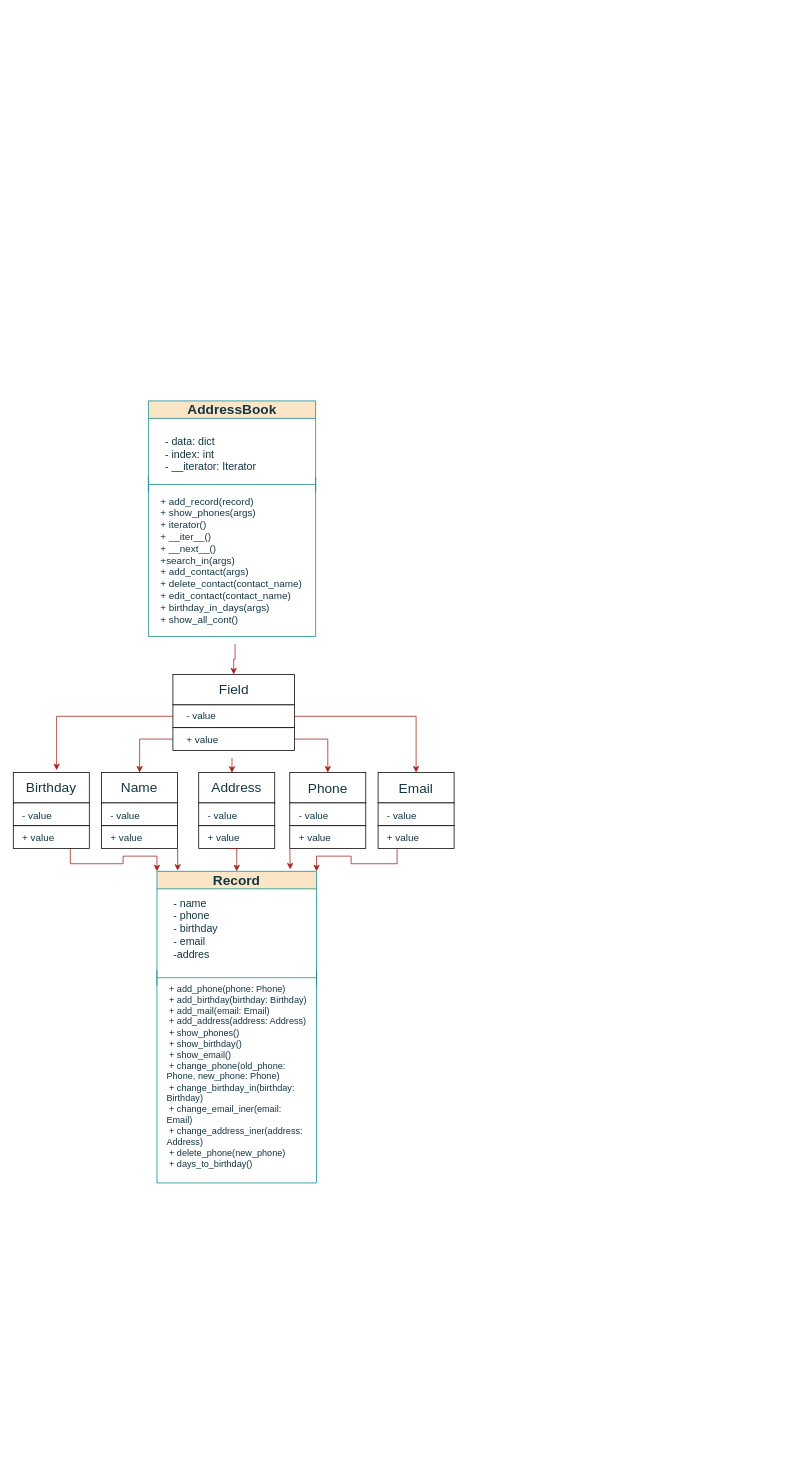
SergNest/chat_bot_cli keeps this draw.io diagram as cl.drawio. Above is the earlier version. Source tidied: cells renumbered, new cells numbered last; positions are measured from the earlier drawing's top-left corner, leaving out a move shared by most shapes. Both pictures are drawn from the tidied source at 76%, with x=0, y=0 at pixel (13, 401).
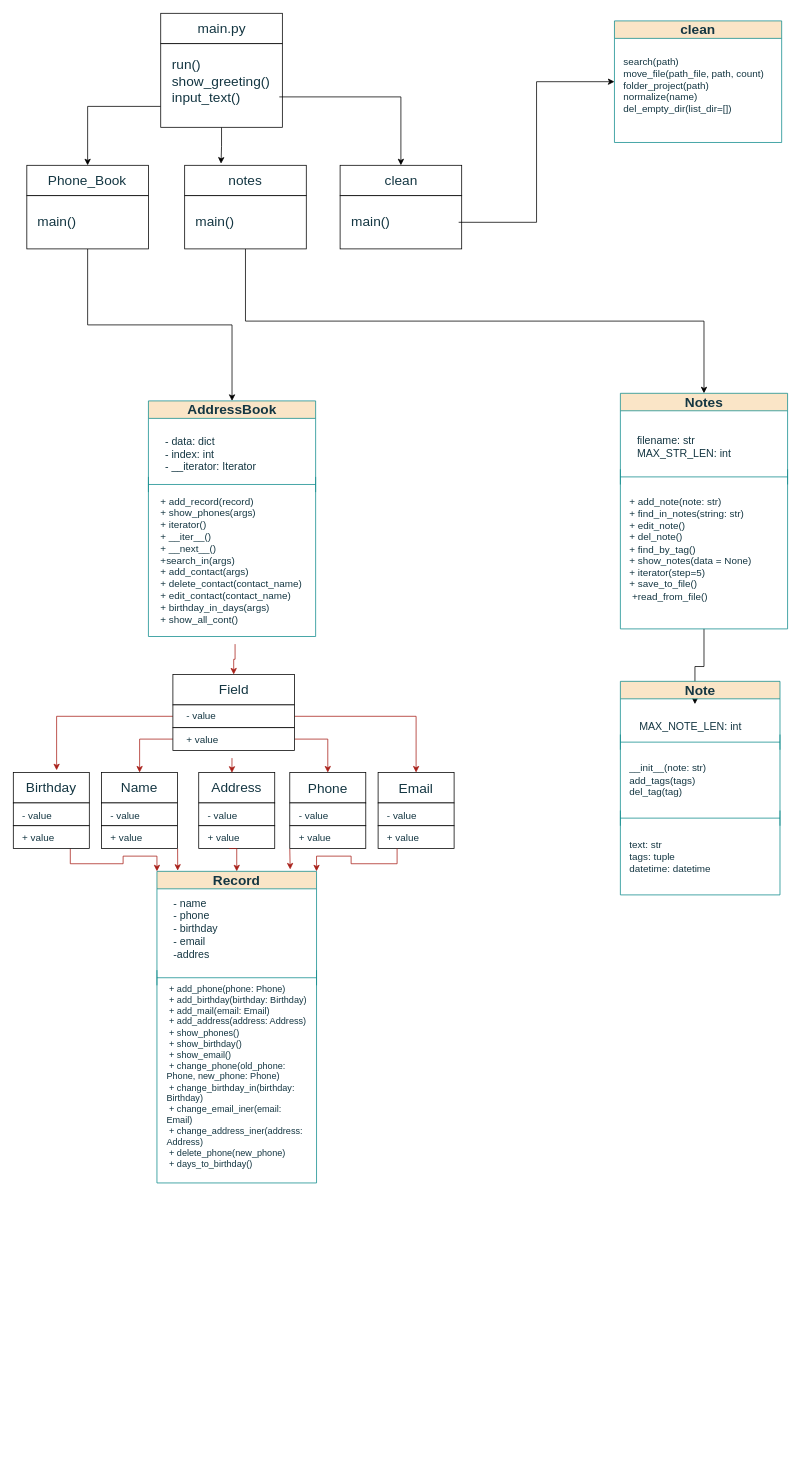
The same diagram, later.

The change refers to these unchanged cells:
```xml
<mxCell id="2" value="&lt;font style=&quot;font-size: 18px;&quot;&gt;AddressBook&lt;/font&gt;" style="swimlane;whiteSpace=wrap;html=1;strokeColor=#0F8B8D;labelBackgroundColor=none;fillColor=#FAE5C7;fontColor=#143642;" parent="1" vertex="1">
  <mxGeometry x="177.8" width="220" height="310" as="geometry" />
</mxCell>
```

The edit, as a diff of the source:
```diff
@@
     <mxCell id="57" style="edgeStyle=orthogonalEdgeStyle;rounded=0;orthogonalLoop=1;jettySize=auto;html=1;exitX=0.5;exitY=1;exitDx=0;exitDy=0;strokeColor=#A8201A;fontColor=#143642;fillColor=#FAE5C7;" parent="1" edge="1">
       <mxGeometry relative="1" as="geometry">
-        <mxPoint x="936" y="1370" as="sourcePoint" />
-        <mxPoint x="936" y="1370" as="targetPoint" />
+        <mxPoint x="941" y="800" as="sourcePoint" />
+        <mxPoint x="941" y="800" as="targetPoint" />
       </mxGeometry>
     </mxCell>
@@
+    <mxCell id="59" style="rounded=0;whiteSpace=wrap;html=1;" parent="1" vertex="1">
+      <mxGeometry x="194" y="-510" width="160" height="40" as="geometry" />
+    </mxCell>
+    <mxCell id="60" value="main.py" style="text;html=1;strokeColor=none;fillColor=none;align=center;verticalAlign=middle;whiteSpace=wrap;rounded=0;fontColor=#143642;fontSize=18;" parent="1" vertex="1">
+      <mxGeometry x="206.5" y="-505" width="135" height="30" as="geometry" />
+    </mxCell>
+    <mxCell id="61" style="edgeStyle=orthogonalEdgeStyle;rounded=0;jettySize=auto;html=1;exitX=0;exitY=0.75;exitDx=0;exitDy=0;entryX=0.5;entryY=0;entryDx=0;entryDy=0;" parent="1" edge="1" source="63" target="66">
+      <mxGeometry relative="1" as="geometry" />
+    </mxCell>
+    <mxCell id="62" style="edgeStyle=orthogonalEdgeStyle;rounded=0;jettySize=auto;html=1;exitX=0.5;exitY=1;exitDx=0;exitDy=0;entryX=0.299;entryY=-0.054;entryDx=0;entryDy=0;entryPerimeter=0;" parent="1" edge="1" source="63" target="71">
+      <mxGeometry relative="1" as="geometry" />
+    </mxCell>
+    <mxCell id="63" style="rounded=0;whiteSpace=wrap;html=1;" parent="1" vertex="1">
+      <mxGeometry x="194" y="-470" width="160" height="110" as="geometry" />
+    </mxCell>
+    <mxCell id="64" style="edgeStyle=orthogonalEdgeStyle;rounded=0;jettySize=auto;html=1;exitX=1;exitY=0.75;exitDx=0;exitDy=0;entryX=0.5;entryY=0;entryDx=0;entryDy=0;" parent="1" edge="1" source="65" target="76">
+      <mxGeometry relative="1" as="geometry" />
+    </mxCell>
+    <mxCell id="65" value=" run()&amp;nbsp;&lt;br&gt;show_greeting()&lt;br&gt;input_text()" style="text;html=1;strokeColor=none;fillColor=none;align=left;verticalAlign=middle;whiteSpace=wrap;rounded=0;fontColor=#143642;fontSize=18;" parent="1" vertex="1">
+      <mxGeometry x="206.5" y="-460" width="143.5" height="80" as="geometry" />
+    </mxCell>
+    <mxCell id="66" style="rounded=0;whiteSpace=wrap;html=1;" parent="1" vertex="1">
+      <mxGeometry x="17.8" y="-310" width="160" height="40" as="geometry" />
+    </mxCell>
+    <mxCell id="67" value=" Phone_Book " style="text;html=1;strokeColor=none;fillColor=none;align=center;verticalAlign=middle;whiteSpace=wrap;rounded=0;fontColor=#143642;fontSize=18;" parent="1" vertex="1">
+      <mxGeometry x="30.2" y="-305" width="135" height="30" as="geometry" />
+    </mxCell>
+    <mxCell id="68" style="edgeStyle=orthogonalEdgeStyle;rounded=0;jettySize=auto;html=1;exitX=0.5;exitY=1;exitDx=0;exitDy=0;entryX=0.5;entryY=0;entryDx=0;entryDy=0;" parent="1" edge="1" source="69" target="2">
+      <mxGeometry relative="1" as="geometry" />
+    </mxCell>
+    <mxCell id="69" style="rounded=0;whiteSpace=wrap;html=1;" parent="1" vertex="1">
+      <mxGeometry x="17.8" y="-270" width="160" height="70" as="geometry" />
+    </mxCell>
+    <mxCell id="70" value=" main()&amp;nbsp;&lt;br&gt;" style="text;html=1;strokeColor=none;fillColor=none;align=left;verticalAlign=middle;whiteSpace=wrap;rounded=0;fontColor=#143642;fontSize=18;" parent="1" vertex="1">
+      <mxGeometry x="30.2" y="-260" width="143.5" height="50" as="geometry" />
+    </mxCell>
+    <mxCell id="71" style="rounded=0;whiteSpace=wrap;html=1;" parent="1" vertex="1">
+      <mxGeometry x="225.5" y="-310" width="160" height="40" as="geometry" />
+    </mxCell>
+    <mxCell id="72" value="notes            " style="text;html=1;strokeColor=none;fillColor=none;align=center;verticalAlign=middle;whiteSpace=wrap;rounded=0;fontColor=#143642;fontSize=18;" parent="1" vertex="1">
+      <mxGeometry x="238" y="-305" width="135" height="30" as="geometry" />
+    </mxCell>
+    <mxCell id="73" style="edgeStyle=orthogonalEdgeStyle;rounded=0;jettySize=auto;html=1;exitX=0.5;exitY=1;exitDx=0;exitDy=0;" parent="1" edge="1" source="74" target="82">
+      <mxGeometry relative="1" as="geometry" />
+    </mxCell>
+    <mxCell id="74" style="rounded=0;whiteSpace=wrap;html=1;" parent="1" vertex="1">
+      <mxGeometry x="225.5" y="-270" width="160" height="70" as="geometry" />
+    </mxCell>
+    <mxCell id="75" value=" main()&amp;nbsp;&lt;br&gt;" style="text;html=1;strokeColor=none;fillColor=none;align=left;verticalAlign=middle;whiteSpace=wrap;rounded=0;fontColor=#143642;fontSize=18;" parent="1" vertex="1">
+      <mxGeometry x="238" y="-260" width="143.5" height="50" as="geometry" />
+    </mxCell>
+    <mxCell id="76" style="rounded=0;whiteSpace=wrap;html=1;" parent="1" vertex="1">
+      <mxGeometry x="430" y="-310" width="160" height="40" as="geometry" />
+    </mxCell>
+    <mxCell id="77" value="clean            " style="text;html=1;strokeColor=none;fillColor=none;align=center;verticalAlign=middle;whiteSpace=wrap;rounded=0;fontColor=#143642;fontSize=18;" parent="1" vertex="1">
+      <mxGeometry x="442.5" y="-305" width="135" height="30" as="geometry" />
+    </mxCell>
+    <mxCell id="78" style="rounded=0;whiteSpace=wrap;html=1;" parent="1" vertex="1">
+      <mxGeometry x="430" y="-270" width="160" height="70" as="geometry" />
+    </mxCell>
+    <mxCell id="79" style="edgeStyle=orthogonalEdgeStyle;rounded=0;jettySize=auto;html=1;exitX=1;exitY=0.5;exitDx=0;exitDy=0;entryX=0;entryY=0.5;entryDx=0;entryDy=0;" parent="1" edge="1" source="80" target="93">
+      <mxGeometry relative="1" as="geometry" />
+    </mxCell>
+    <mxCell id="80" value=" main()&amp;nbsp;&lt;br&gt;" style="text;html=1;strokeColor=none;fillColor=none;align=left;verticalAlign=middle;whiteSpace=wrap;rounded=0;fontColor=#143642;fontSize=18;" parent="1" vertex="1">
+      <mxGeometry x="442.5" y="-260" width="143.5" height="50" as="geometry" />
+    </mxCell>
+    <mxCell id="81" style="edgeStyle=orthogonalEdgeStyle;rounded=0;jettySize=auto;html=1;" parent="1" edge="1" source="82" target="89">
+      <mxGeometry relative="1" as="geometry" />
+    </mxCell>
+    <mxCell id="82" value="&lt;font style=&quot;font-size: 18px;&quot;&gt;Notes                &lt;/font&gt;" style="swimlane;whiteSpace=wrap;html=1;strokeColor=#0F8B8D;labelBackgroundColor=none;fillColor=#FAE5C7;fontColor=#143642;" parent="1" vertex="1">
+      <mxGeometry x="798.8" y="-10" width="220" height="310" as="geometry" />
+    </mxCell>
+    <mxCell id="83" value="&lt;div&gt;filename: str&amp;nbsp;&lt;/div&gt;&lt;div&gt;MAX_STR_LEN: int&lt;/div&gt;" style="text;html=1;strokeColor=none;fillColor=none;align=left;verticalAlign=middle;whiteSpace=wrap;rounded=0;fontColor=#143642;fontSize=14;" parent="82" vertex="1">
+      <mxGeometry x="20" y="40" width="130" height="60" as="geometry" />
+    </mxCell>
+    <mxCell id="84" style="shape=crossbar;whiteSpace=wrap;html=1;rounded=1;strokeColor=#0F8B8D;fontColor=#143642;fillColor=#FAE5C7;" parent="82" vertex="1">
+      <mxGeometry y="100" width="220" height="20" as="geometry" />
+    </mxCell>
+    <mxCell id="85" value="&lt;div style=&quot;font-size: 13px;&quot;&gt;&lt;div&gt;+ add_note(note: str)&amp;nbsp; &amp;nbsp;&lt;/div&gt;&lt;div&gt;+ find_in_notes(string: str)&lt;/div&gt;&lt;div&gt;+ edit_note()&amp;nbsp; &amp;nbsp; &amp;nbsp; &amp;nbsp; &amp;nbsp; &amp;nbsp;&lt;/div&gt;&lt;div&gt;+ del_note()&amp;nbsp; &amp;nbsp; &amp;nbsp; &amp;nbsp; &amp;nbsp; &amp;nbsp;&amp;nbsp;&lt;/div&gt;&lt;div&gt;+ find_by_tag()&amp;nbsp; &amp;nbsp; &amp;nbsp; &amp;nbsp; &amp;nbsp;&lt;/div&gt;&lt;div&gt;+ show_notes(data = None)&amp;nbsp; &amp;nbsp;&lt;/div&gt;&lt;div&gt;+ iterator(step=5)&amp;nbsp; &amp;nbsp; &amp;nbsp;&amp;nbsp;&lt;/div&gt;&lt;div&gt;+ save_to_file()&amp;nbsp; &amp;nbsp; &amp;nbsp; &amp;nbsp;&amp;nbsp;&lt;/div&gt;&lt;div&gt;&amp;nbsp;+read_from_file()&amp;nbsp;&lt;/div&gt;&lt;/div&gt;" style="text;html=1;strokeColor=none;fillColor=none;align=left;verticalAlign=middle;whiteSpace=wrap;rounded=0;fontColor=#143642;" parent="82" vertex="1">
+      <mxGeometry x="10" y="110" width="200" height="190" as="geometry" />
+    </mxCell>
+    <mxCell id="86" style="edgeStyle=orthogonalEdgeStyle;rounded=0;orthogonalLoop=1;jettySize=auto;html=1;exitX=0.5;exitY=1;exitDx=0;exitDy=0;strokeColor=#A8201A;fontColor=#143642;fillColor=#FAE5C7;" parent="82" edge="1" source="85" target="85">
+      <mxGeometry relative="1" as="geometry" />
+    </mxCell>
+    <mxCell id="87" value="&lt;font style=&quot;font-size: 18px;&quot;&gt;Note                 &lt;/font&gt;" style="swimlane;whiteSpace=wrap;html=1;strokeColor=#0F8B8D;labelBackgroundColor=none;fillColor=#FAE5C7;fontColor=#143642;" parent="1" vertex="1">
+      <mxGeometry x="798.8" y="369" width="210" height="281" as="geometry" />
+    </mxCell>
+    <mxCell id="88" style="shape=crossbar;whiteSpace=wrap;html=1;rounded=1;strokeColor=#0F8B8D;fontColor=#143642;fillColor=#FAE5C7;" parent="87" vertex="1">
+      <mxGeometry y="70" width="210" height="20" as="geometry" />
+    </mxCell>
+    <mxCell id="89" value="MAX_NOTE_LEN: int&amp;nbsp;&amp;nbsp;" style="text;html=1;strokeColor=none;fillColor=none;align=left;verticalAlign=middle;whiteSpace=wrap;rounded=0;fontColor=#143642;fontSize=14;" parent="87" vertex="1">
+      <mxGeometry x="23.2" y="30" width="149.8" height="60" as="geometry" />
+    </mxCell>
+    <mxCell id="90" value="&lt;div style=&quot;font-size: 13px;&quot;&gt;&lt;font style=&quot;font-size: 13px;&quot;&gt;__init__(note: str)&lt;/font&gt;&lt;/div&gt;&lt;div style=&quot;font-size: 13px;&quot;&gt;&lt;font style=&quot;font-size: 13px;&quot;&gt;add_tags(tags)&lt;/font&gt;&lt;/div&gt;&lt;div style=&quot;font-size: 13px;&quot;&gt;&lt;font style=&quot;font-size: 13px;&quot;&gt;del_tag(tag)&amp;nbsp;&amp;nbsp;&lt;/font&gt;&lt;/div&gt;" style="text;html=1;strokeColor=none;fillColor=none;align=left;verticalAlign=middle;whiteSpace=wrap;rounded=0;fontColor=#143642;" parent="87" vertex="1">
+      <mxGeometry x="10" y="90" width="190" height="80" as="geometry" />
+    </mxCell>
+    <mxCell id="91" value="&lt;div style=&quot;font-size: 13px;&quot;&gt;text: str&lt;/div&gt;&lt;div style=&quot;font-size: 13px;&quot;&gt;tags: tuple&amp;nbsp;&lt;/div&gt;&lt;div style=&quot;font-size: 13px;&quot;&gt;datetime: datetime&lt;/div&gt;" style="text;html=1;strokeColor=none;fillColor=none;align=left;verticalAlign=middle;whiteSpace=wrap;rounded=0;fontColor=#143642;fontSize=13;" parent="87" vertex="1">
+      <mxGeometry x="10" y="191" width="190" height="79" as="geometry" />
+    </mxCell>
+    <mxCell id="92" style="shape=crossbar;whiteSpace=wrap;html=1;rounded=1;strokeColor=#0F8B8D;fontColor=#143642;fillColor=#FAE5C7;" parent="87" vertex="1">
+      <mxGeometry y="170" width="210" height="20" as="geometry" />
+    </mxCell>
+    <mxCell id="93" value="&lt;font style=&quot;font-size: 18px;&quot;&gt;clean&lt;/font&gt;" style="swimlane;whiteSpace=wrap;html=1;strokeColor=#0F8B8D;labelBackgroundColor=none;fillColor=#FAE5C7;fontColor=#143642;startSize=23;" parent="1" vertex="1">
+      <mxGeometry x="791" y="-500" width="220" height="160" as="geometry" />
+    </mxCell>
+    <mxCell id="94" value="&lt;div style=&quot;&quot;&gt;&lt;div style=&quot;font-size: 13px;&quot;&gt;search(path)&amp;nbsp; &amp;nbsp;&amp;nbsp;&lt;/div&gt;&lt;div style=&quot;&quot;&gt;&lt;span style=&quot;font-size: 13px;&quot;&gt;move_file(path_file, path, count)&lt;/span&gt;&lt;/div&gt;&lt;div style=&quot;&quot;&gt;&lt;span style=&quot;font-size: 13px;&quot;&gt;folder_project(path)&lt;/span&gt;&lt;/div&gt;&lt;div style=&quot;&quot;&gt;&lt;span style=&quot;font-size: 13px;&quot;&gt;normalize(name)&amp;nbsp;&lt;/span&gt;&lt;/div&gt;&lt;div style=&quot;&quot;&gt;&lt;span style=&quot;font-size: 13px;&quot;&gt;del_empty_dir(list_dir=[])&amp;nbsp;&lt;/span&gt;&lt;/div&gt;&lt;/div&gt;" style="text;html=1;strokeColor=none;fillColor=none;align=left;verticalAlign=middle;whiteSpace=wrap;rounded=0;fontColor=#143642;" parent="93" vertex="1">
+      <mxGeometry x="10" y="30" width="200" height="110" as="geometry" />
+    </mxCell>
+    <mxCell id="95" style="edgeStyle=orthogonalEdgeStyle;rounded=0;orthogonalLoop=1;jettySize=auto;html=1;exitX=0.5;exitY=1;exitDx=0;exitDy=0;strokeColor=#A8201A;fontColor=#143642;fillColor=#FAE5C7;" parent="93" edge="1" source="94" target="94">
+      <mxGeometry relative="1" as="geometry" />
+    </mxCell>
```
